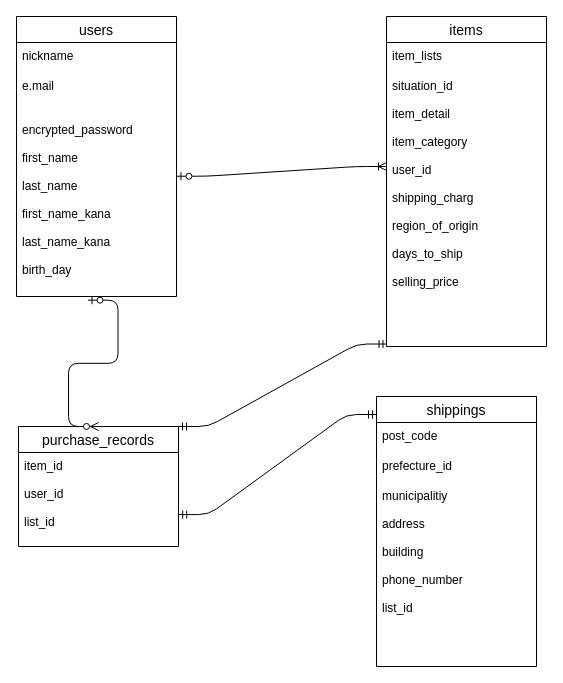
Earlier version of the draw.io diagram test.dio (isukacoffee/furima-38197). Source tidied: cells renumbered, new cells numbered last; positions are measured from the earlier drawing's top-left corner, leaving out a move shared by most shapes. Both pictures are drawn from the tidied source at 100%, with x=0, y=0 at pixel (16, 16).
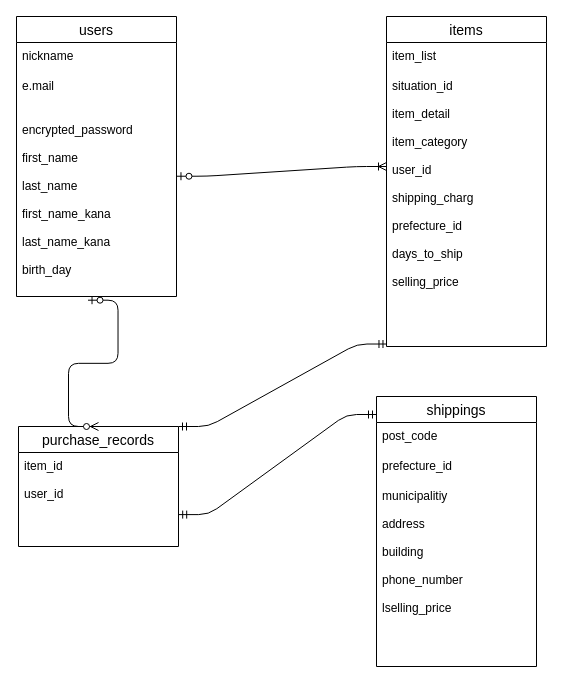
The same diagram, later.

Unchanged cells that the change refers to:
```xml
<mxCell id="6" value="items" style="swimlane;fontStyle=0;horizontal=1;startSize=26;align=center;fontSize=14;" parent="1" vertex="1">
  <mxGeometry x="370" width="160" height="330" as="geometry" />
</mxCell>
<mxCell id="9" value="purchase_records" style="swimlane;fontStyle=0;horizontal=1;startSize=26;align=center;fontSize=14;" parent="1" vertex="1">
  <mxGeometry x="2" y="410" width="160" height="120" as="geometry" />
</mxCell>
<mxCell id="11" value="shippings" style="swimlane;fontStyle=0;horizontal=1;startSize=26;align=center;fontSize=14;" parent="1" vertex="1">
  <mxGeometry x="360" y="380" width="160" height="270" as="geometry" />
</mxCell>
```

What changed in the source:
```diff
@@
-    <mxCell id="7" value="item_lists" style="text;strokeColor=none;fillColor=none;spacingLeft=4;spacingRight=4;overflow=hidden;fontSize=12;" parent="6" vertex="1">
+    <mxCell id="7" value="item_list" style="text;strokeColor=none;fillColor=none;spacingLeft=4;spacingRight=4;overflow=hidden;fontSize=12;" parent="6" vertex="1">
       <mxGeometry y="26" width="160" height="30" as="geometry" />
     </mxCell>
-    <mxCell id="8" value="situation_id&#10;&#10;item_detail&#10;&#10;item_category&#10;&#10;user_id&#10;&#10;shipping_charg&#10;&#10;region_of_origin&#10;&#10;days_to_ship&#10;&#10;selling_price" style="text;strokeColor=none;fillColor=none;spacingLeft=4;spacingRight=4;overflow=hidden;points=[[0,0.5],[1,0.5]];portConstraint=eastwest;fontSize=12;" parent="6" vertex="1">
+    <mxCell id="8" value="situation_id&#10;&#10;item_detail&#10;&#10;item_category&#10;&#10;user_id&#10;&#10;shipping_charg&#10;&#10;prefecture_id&#10;&#10;days_to_ship&#10;&#10;selling_price" style="text;strokeColor=none;fillColor=none;spacingLeft=4;spacingRight=4;overflow=hidden;points=[[0,0.5],[1,0.5]];portConstraint=eastwest;fontSize=12;" parent="6" vertex="1">
       <mxGeometry y="56" width="160" height="274" as="geometry" />
     </mxCell>
@@
-    <mxCell id="10" value="item_id&#10;&#10;user_id&#10;&#10;list_id" style="text;strokeColor=none;fillColor=none;spacingLeft=4;spacingRight=4;overflow=hidden;fontSize=12;" parent="9" vertex="1">
+    <mxCell id="10" value="item_id&#10;&#10;user_id" style="text;strokeColor=none;fillColor=none;spacingLeft=4;spacingRight=4;overflow=hidden;fontSize=12;" parent="9" vertex="1">
       <mxGeometry y="26" width="160" height="94" as="geometry" />
     </mxCell>
@@
-    <mxCell id="14" value="municipalitiy&#10;&#10;address&#10;&#10;building&#10;&#10;phone_number&#10;&#10;list_id&#10;" style="text;strokeColor=none;fillColor=none;spacingLeft=4;spacingRight=4;overflow=hidden;fontSize=12;" parent="11" vertex="1">
+    <mxCell id="14" value="municipalitiy&#10;&#10;address&#10;&#10;building&#10;&#10;phone_number&#10;&#10;lselling_price&#10;" style="text;strokeColor=none;fillColor=none;spacingLeft=4;spacingRight=4;overflow=hidden;fontSize=12;" parent="11" vertex="1">
       <mxGeometry y="86" width="160" height="184" as="geometry" />
     </mxCell>
```
